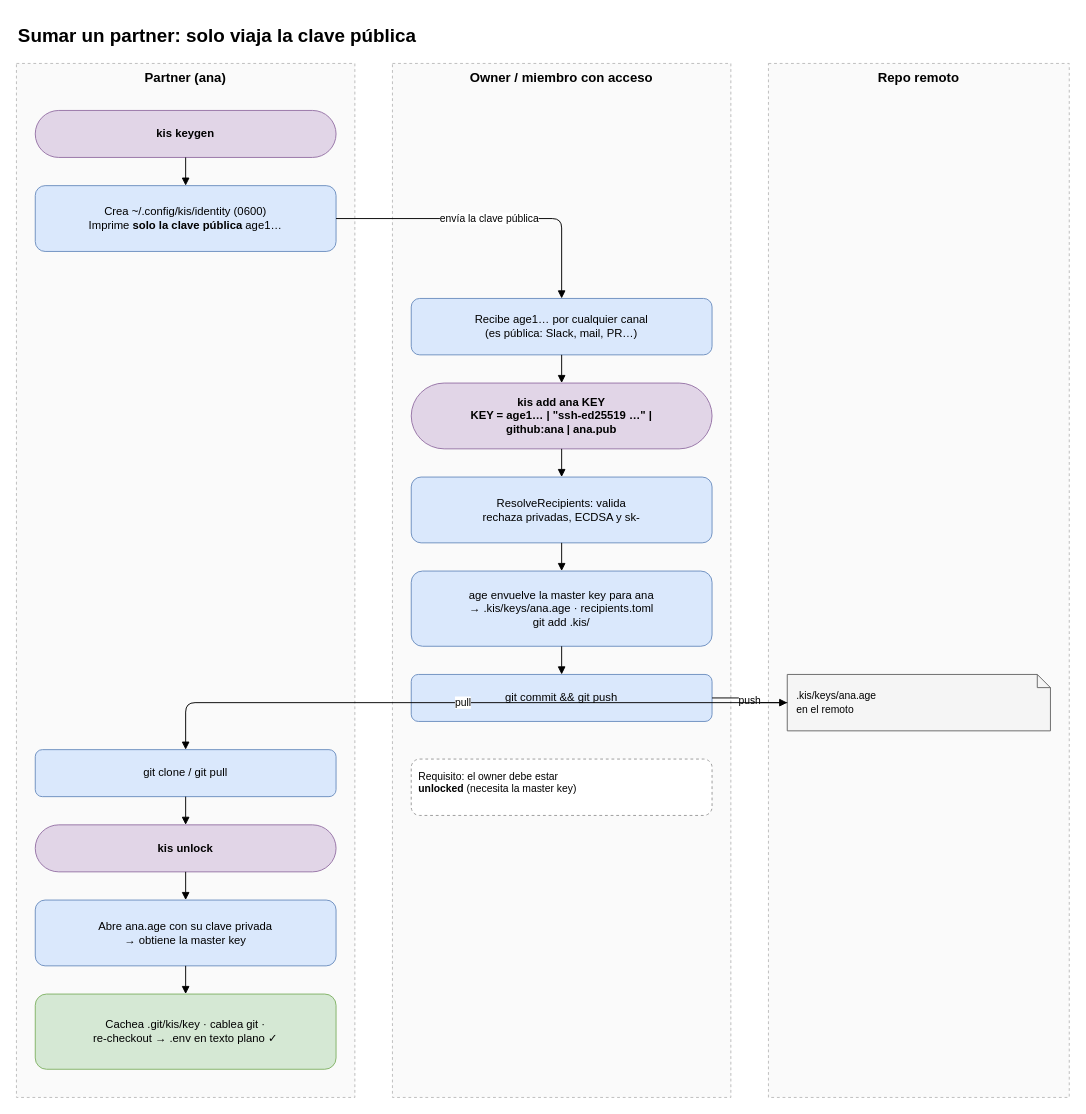
Earlier version of the draw.io diagram page "3 · Onboarding (keygen → add → unlock)" (3 of 10) of docs/diagrams/kis-flows.drawio (juanfraherrero/keep-in-secret). Source tidied: cells renumbered, new cells numbered last; positions are measured from the earlier drawing's top-left corner, leaving out a move shared by most shapes. Both pictures are drawn from the tidied source at 94%, with x=0, y=0 at pixel (16, 16).
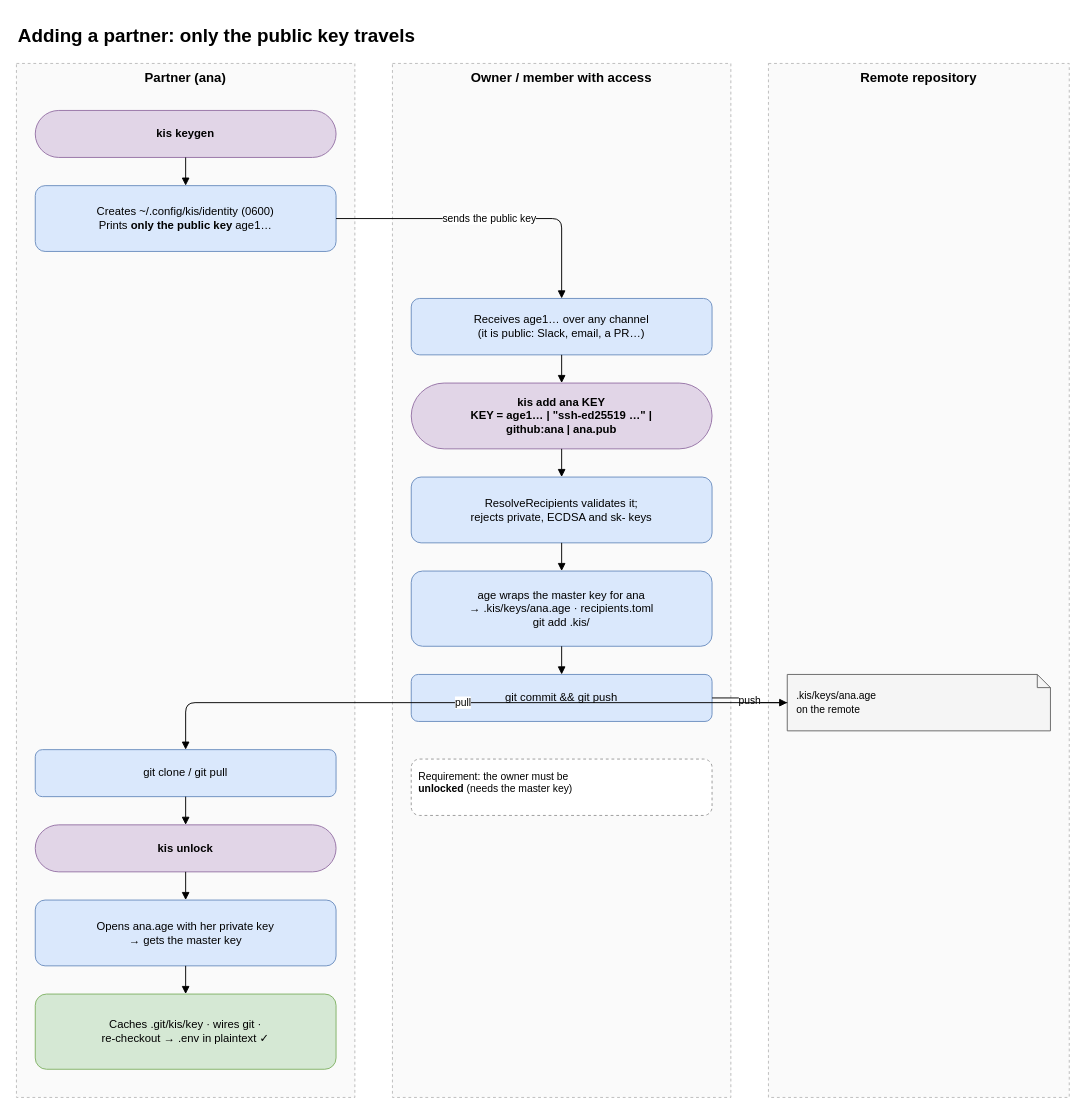
Above is the later version.

Commit message (it also covers changes not shown here):
docs: troubleshooting guide, --identity, guard decision, diagrams

Diff of the diagram source:
```diff
@@
-    <mxCell id="2" value="Sumar un partner: solo viaja la clave pública" style="text;html=1;fontSize=20;fontStyle=1;align=left;verticalAlign=middle;" parent="1" vertex="1">
+    <mxCell id="2" value="Adding a partner: only the public key travels" style="text;html=1;fontSize=20;fontStyle=1;align=left;verticalAlign=middle;" parent="1" vertex="1">
       <mxGeometry width="900" height="40" as="geometry" />
     </mxCell>
@@
-    <mxCell id="4" value="Owner / miembro con acceso" style="rounded=0;whiteSpace=wrap;html=1;fillColor=#fafafa;strokeColor=#bbbbbb;verticalAlign=top;fontStyle=1;fontSize=14;dashed=1;" parent="1" vertex="1">
+    <mxCell id="4" value="Owner / member with access" style="rounded=0;whiteSpace=wrap;html=1;fillColor=#fafafa;strokeColor=#bbbbbb;verticalAlign=top;fontStyle=1;fontSize=14;dashed=1;" parent="1" vertex="1">
       <mxGeometry x="400" y="50" width="360" height="1100" as="geometry" />
     </mxCell>
-    <mxCell id="5" value="Repo remoto" style="rounded=0;whiteSpace=wrap;html=1;fillColor=#fafafa;strokeColor=#bbbbbb;verticalAlign=top;fontStyle=1;fontSize=14;dashed=1;" parent="1" vertex="1">
+    <mxCell id="5" value="Remote repository" style="rounded=0;whiteSpace=wrap;html=1;fillColor=#fafafa;strokeColor=#bbbbbb;verticalAlign=top;fontStyle=1;fontSize=14;dashed=1;" parent="1" vertex="1">
       <mxGeometry x="800" y="50" width="320" height="1100" as="geometry" />
     </mxCell>
@@
-    <mxCell id="7" value="Crea ~/.config/kis/identity (0600)&lt;br&gt;Imprime &lt;b&gt;solo la clave pública&lt;/b&gt; age1…" style="rounded=1;whiteSpace=wrap;html=1;fillColor=#dae8fc;strokeColor=#6c8ebf;fontSize=12;" parent="1" vertex="1">
+    <mxCell id="7" value="Creates ~/.config/kis/identity (0600)&lt;br&gt;Prints &lt;b&gt;only the public key&lt;/b&gt; age1…" style="rounded=1;whiteSpace=wrap;html=1;fillColor=#dae8fc;strokeColor=#6c8ebf;fontSize=12;" parent="1" vertex="1">
       <mxGeometry x="20" y="180" width="320" height="70" as="geometry" />
     </mxCell>
-    <mxCell id="8" value="Recibe age1… por cualquier canal&lt;br&gt;(es pública: Slack, mail, PR…)" style="rounded=1;whiteSpace=wrap;html=1;fillColor=#dae8fc;strokeColor=#6c8ebf;fontSize=12;" parent="1" vertex="1">
+    <mxCell id="8" value="Receives age1… over any channel&lt;br&gt;(it is public: Slack, email, a PR…)" style="rounded=1;whiteSpace=wrap;html=1;fillColor=#dae8fc;strokeColor=#6c8ebf;fontSize=12;" parent="1" vertex="1">
       <mxGeometry x="420" y="300" width="320" height="60" as="geometry" />
     </mxCell>
@@
-    <mxCell id="10" value="ResolveRecipients: valida&lt;br&gt;rechaza privadas, ECDSA y sk-" style="rounded=1;whiteSpace=wrap;html=1;fillColor=#dae8fc;strokeColor=#6c8ebf;fontSize=12;" parent="1" vertex="1">
+    <mxCell id="10" value="ResolveRecipients validates it;&lt;br&gt;rejects private, ECDSA and sk- keys" style="rounded=1;whiteSpace=wrap;html=1;fillColor=#dae8fc;strokeColor=#6c8ebf;fontSize=12;" parent="1" vertex="1">
       <mxGeometry x="420" y="490" width="320" height="70" as="geometry" />
     </mxCell>
-    <mxCell id="11" value="age envuelve la master key para ana&lt;br&gt;→ .kis/keys/ana.age · recipients.toml&lt;br&gt;git add .kis/" style="rounded=1;whiteSpace=wrap;html=1;fillColor=#dae8fc;strokeColor=#6c8ebf;fontSize=12;" parent="1" vertex="1">
+    <mxCell id="11" value="age wraps the master key for ana&lt;br&gt;→ .kis/keys/ana.age · recipients.toml&lt;br&gt;git add .kis/" style="rounded=1;whiteSpace=wrap;html=1;fillColor=#dae8fc;strokeColor=#6c8ebf;fontSize=12;" parent="1" vertex="1">
       <mxGeometry x="420" y="590" width="320" height="80" as="geometry" />
     </mxCell>
@@
-    <mxCell id="13" value="Requisito: el owner debe estar&lt;br&gt;&lt;b&gt;unlocked&lt;/b&gt; (necesita la master key)" style="rounded=1;whiteSpace=wrap;html=1;fillColor=#ffffff;strokeColor=#999999;dashed=1;fontSize=11;align=left;verticalAlign=top;spacing=8;" parent="1" vertex="1">
+    <mxCell id="13" value="Requirement: the owner must be&lt;br&gt;&lt;b&gt;unlocked&lt;/b&gt; (needs the master key)" style="rounded=1;whiteSpace=wrap;html=1;fillColor=#ffffff;strokeColor=#999999;dashed=1;fontSize=11;align=left;verticalAlign=top;spacing=8;" parent="1" vertex="1">
       <mxGeometry x="420" y="790" width="320" height="60" as="geometry" />
     </mxCell>
-    <mxCell id="14" value=".kis/keys/ana.age&lt;br&gt;en el remoto" style="shape=note;size=14;whiteSpace=wrap;html=1;fillColor=#f5f5f5;strokeColor=#666666;fontSize=11;align=left;spacingLeft=8;" parent="1" vertex="1">
+    <mxCell id="14" value=".kis/keys/ana.age&lt;br&gt;on the remote" style="shape=note;size=14;whiteSpace=wrap;html=1;fillColor=#f5f5f5;strokeColor=#666666;fontSize=11;align=left;spacingLeft=8;" parent="1" vertex="1">
       <mxGeometry x="820" y="700" width="280" height="60" as="geometry" />
     </mxCell>
@@
-    <mxCell id="17" value="Abre ana.age con su clave privada&lt;br&gt;→ obtiene la master key" style="rounded=1;whiteSpace=wrap;html=1;fillColor=#dae8fc;strokeColor=#6c8ebf;fontSize=12;" parent="1" vertex="1">
+    <mxCell id="17" value="Opens ana.age with her private key&lt;br&gt;→ gets the master key" style="rounded=1;whiteSpace=wrap;html=1;fillColor=#dae8fc;strokeColor=#6c8ebf;fontSize=12;" parent="1" vertex="1">
       <mxGeometry x="20" y="940" width="320" height="70" as="geometry" />
     </mxCell>
-    <mxCell id="18" value="Cachea .git/kis/key · cablea git ·&lt;br&gt;re-checkout → .env en texto plano ✓" style="rounded=1;whiteSpace=wrap;html=1;fillColor=#d5e8d4;strokeColor=#82b366;fontSize=12;" parent="1" vertex="1">
+    <mxCell id="18" value="Caches .git/kis/key · wires git ·&lt;br&gt;re-checkout → .env in plaintext ✓" style="rounded=1;whiteSpace=wrap;html=1;fillColor=#d5e8d4;strokeColor=#82b366;fontSize=12;" parent="1" vertex="1">
       <mxGeometry x="20" y="1040" width="320" height="80" as="geometry" />
     </mxCell>
@@
-    <mxCell id="20" value="envía la clave pública" style="edgeStyle=orthogonalEdgeStyle;rounded=1;html=1;endArrow=block;endFill=1;fontSize=11;" parent="1" edge="1" source="7" target="8">
+    <mxCell id="20" value="sends the public key" style="edgeStyle=orthogonalEdgeStyle;rounded=1;html=1;endArrow=block;endFill=1;fontSize=11;" parent="1" edge="1" source="7" target="8">
       <mxGeometry relative="1" as="geometry" />
     </mxCell>
```
